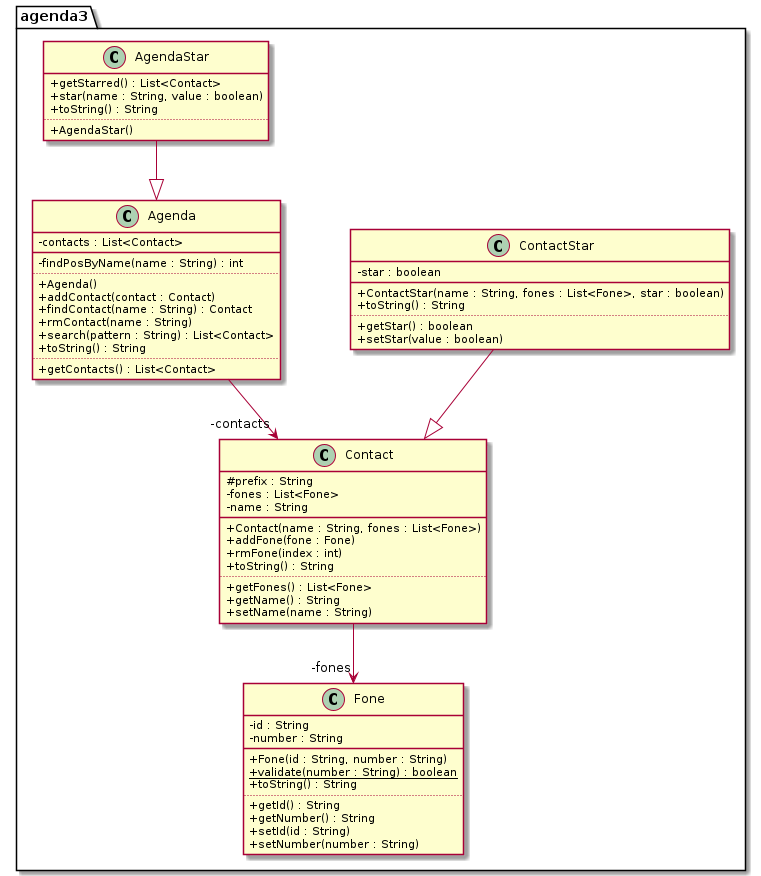
This is trabalhos/09_1/diagrama.png from Atilio-Luiz/poo_es_2021, a PlantUML export, as it was before one commit.
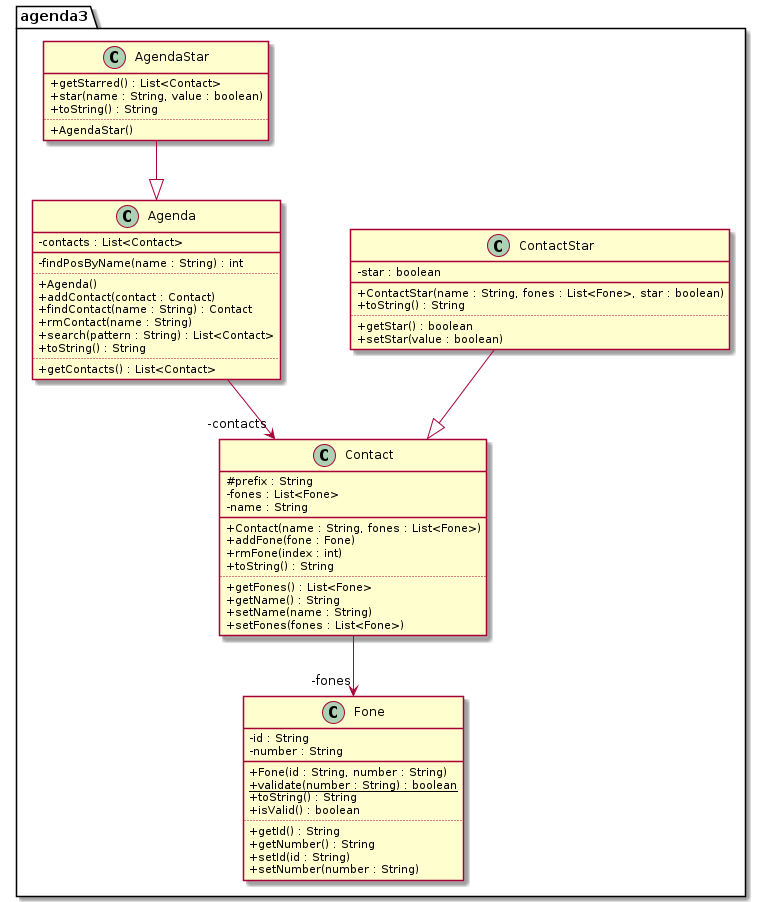
The same file after the commit.

The edit, as a diff of the source:
```diff
@@ -32,6 +32,7 @@
     + getFones() : List<Fone>
     + getName() : String
     + setName(name : String)
+    + setFones(fones : List<Fone>)
 }
 class Fone {
     - id : String
@@ -40,6 +41,7 @@
     + Fone(id : String, number : String)
     + {static} validate(number : String) : boolean
     + toString() : String
+    + isValid() : boolean
     ..
     + getId() : String
     + getNumber() : String
```
